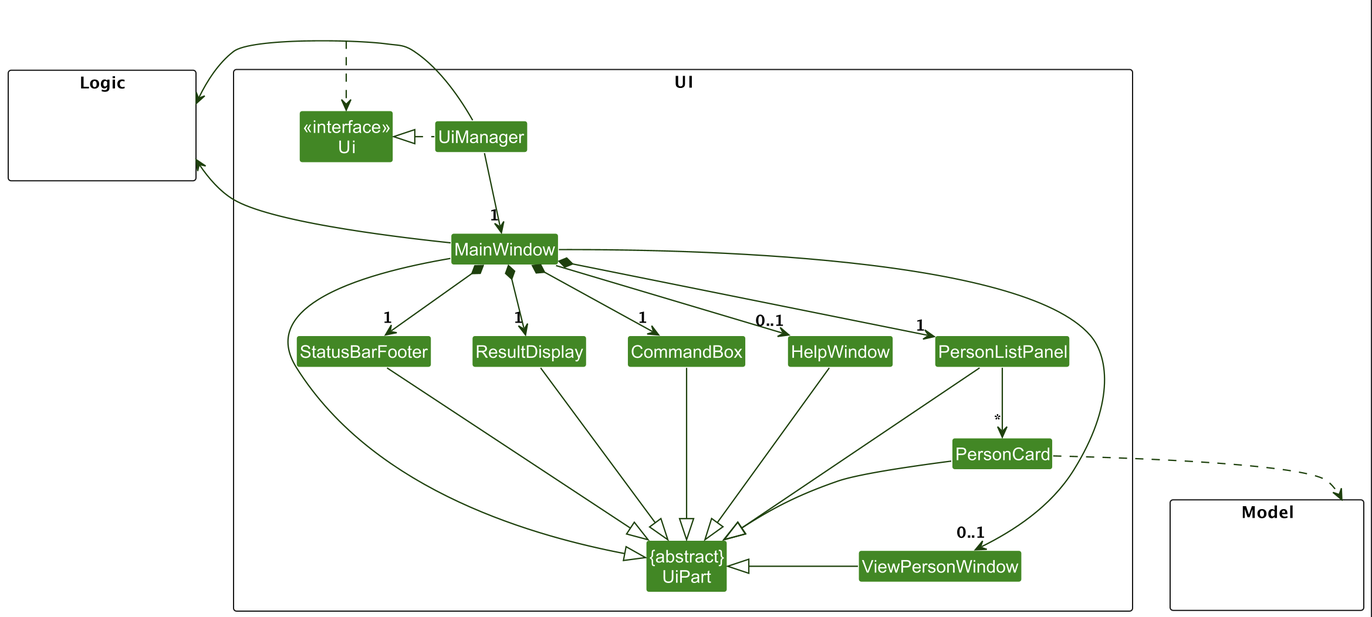
This is docs/images/UiClassDiagram.png from nus-cs2103-AY2425S1/tp, a PlantUML export, as it was before one commit. Its source is kept beside it as docs/diagrams/UiClassDiagram.puml. The source it was exported from:
```plantuml
@startuml
!include style.puml
skinparam arrowThickness 1.1
skinparam arrowColor UI_COLOR_T4
skinparam classBackgroundColor UI_COLOR

package UI <<Rectangle>>{
Class "<<interface>>\nUi" as Ui
Class "{abstract}\nUiPart" as UiPart
Class UiManager
Class MainWindow
Class HelpWindow
Class ResultDisplay
Class PersonListPanel
Class PersonCard
Class StatusBarFooter
Class CommandBox
Class ViewPersonWindow
}

package Model <<Rectangle>> {
Class HiddenModel #FFFFFF
}

package Logic <<Rectangle>> {
Class HiddenLogic #FFFFFF
}

Class HiddenOutside #FFFFFF
HiddenOutside ..> Ui

UiManager .left.|> Ui
UiManager -down-> "1" MainWindow
MainWindow *-down->  "1" CommandBox
MainWindow *-down-> "1" ResultDisplay
MainWindow *-down-> "1" PersonListPanel
MainWindow *-down-> "1" StatusBarFooter
MainWindow --> "0..1" HelpWindow
MainWindow --> "0..1" ViewPersonWindow


PersonListPanel -down-> "*" PersonCard

MainWindow -left-|> UiPart

ResultDisplay --|> UiPart
CommandBox --|> UiPart
PersonListPanel --|> UiPart
PersonCard --|> UiPart
StatusBarFooter --|> UiPart
HelpWindow --|> UiPart
ViewPersonWindow -left-|> UiPart

PersonCard ..> Model
UiManager -right-> Logic
MainWindow -left-> Logic

PersonListPanel -[hidden]left- HelpWindow
HelpWindow -[hidden]left- CommandBox
CommandBox -[hidden]left- ResultDisplay
ResultDisplay -[hidden]left- StatusBarFooter

MainWindow -[hidden]-|> UiPart
@enduml
```
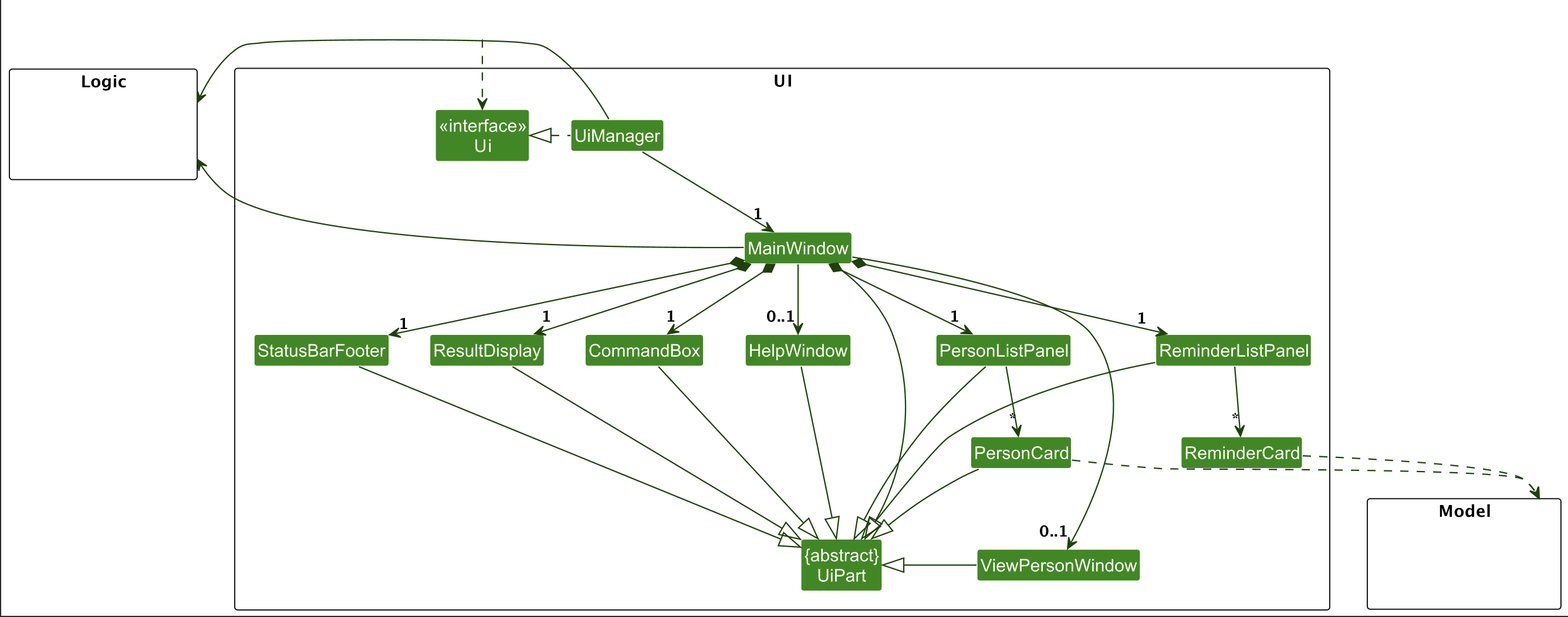
Above is the later version.

The edit, as a diff of the source:
```diff
@@ -16,6 +16,8 @@
 Class StatusBarFooter
 Class CommandBox
 Class ViewPersonWindow
+Class ReminderListPanel
+Class ReminderCard
 }
 
 package Model <<Rectangle>> {
@@ -37,9 +39,11 @@
 MainWindow *-down-> "1" StatusBarFooter
 MainWindow --> "0..1" HelpWindow
 MainWindow --> "0..1" ViewPersonWindow
+MainWindow *-down-> "1" ReminderListPanel
 
 
 PersonListPanel -down-> "*" PersonCard
+ReminderListPanel -down-> "*" ReminderCard
 
 MainWindow -left-|> UiPart
 
@@ -50,7 +54,9 @@
 StatusBarFooter --|> UiPart
 HelpWindow --|> UiPart
 ViewPersonWindow -left-|> UiPart
+ReminderListPanel --|> UiPart
 
+ReminderCard ..> Model
 PersonCard ..> Model
 UiManager -right-> Logic
 MainWindow -left-> Logic
```
